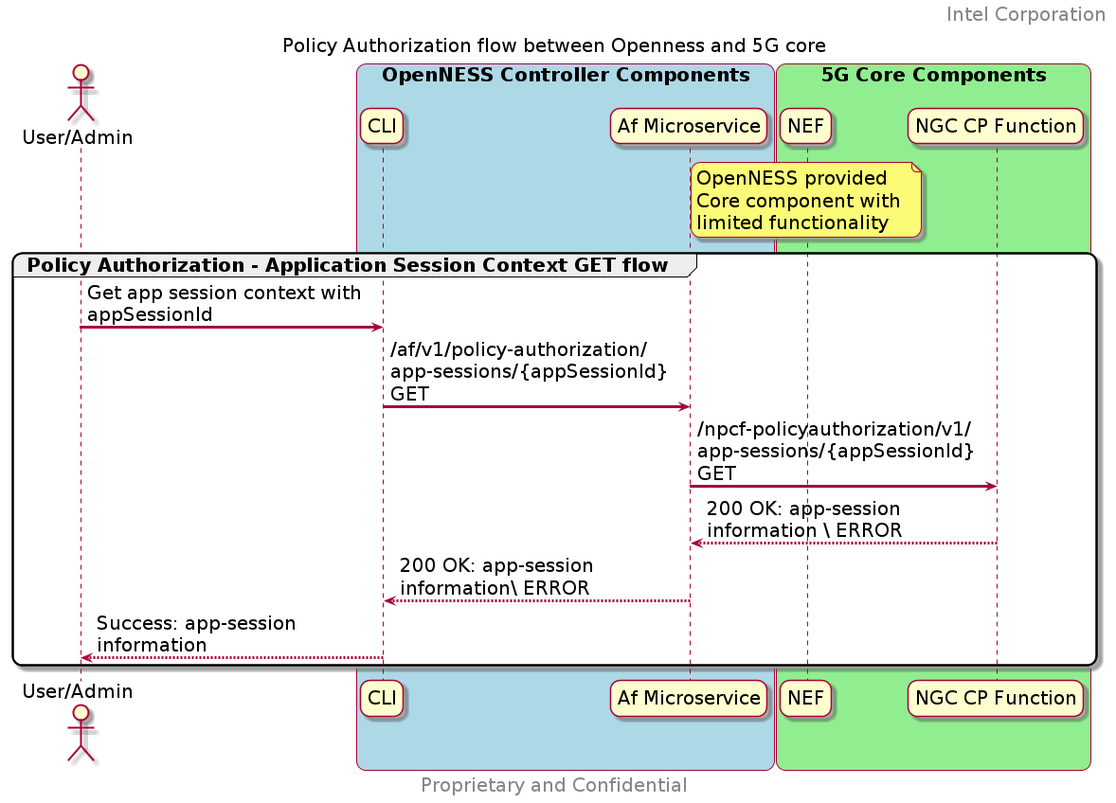
The PlantUML diagram doc/reference-architectures/core-network/ngc-images/AF_Policy_Authorization_get.png in smart-edge-open/ido-specs, before a commit.
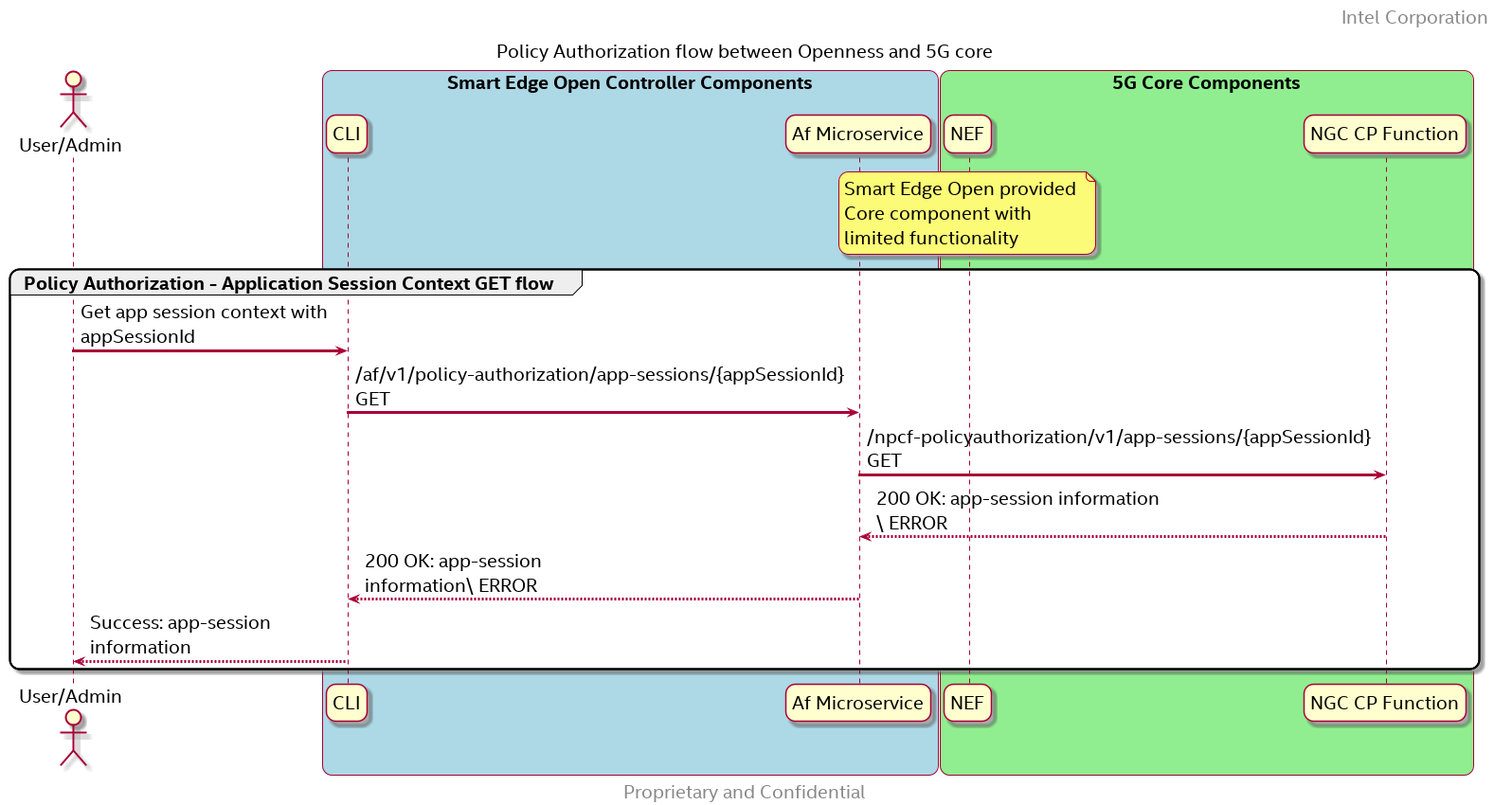
Above is the later version.

Diff of the diagram source:
```diff
@@ -18,7 +18,7 @@
 participant "NEF" as NEF
 participant "NGC CP Function" as 5GC
 
-box "OpenNESS Controller Components" #LightBlue
+box "Smart Edge Open Controller Components" #LightBlue
 	participant CLI
     participant AF
 end box
@@ -27,7 +27,7 @@
 	participant NEF
     participant 5GC
     note over NEF
-        OpenNESS provided
+        Smart Edge Open provided
         Core component with
         limited functionality
     end note
```
